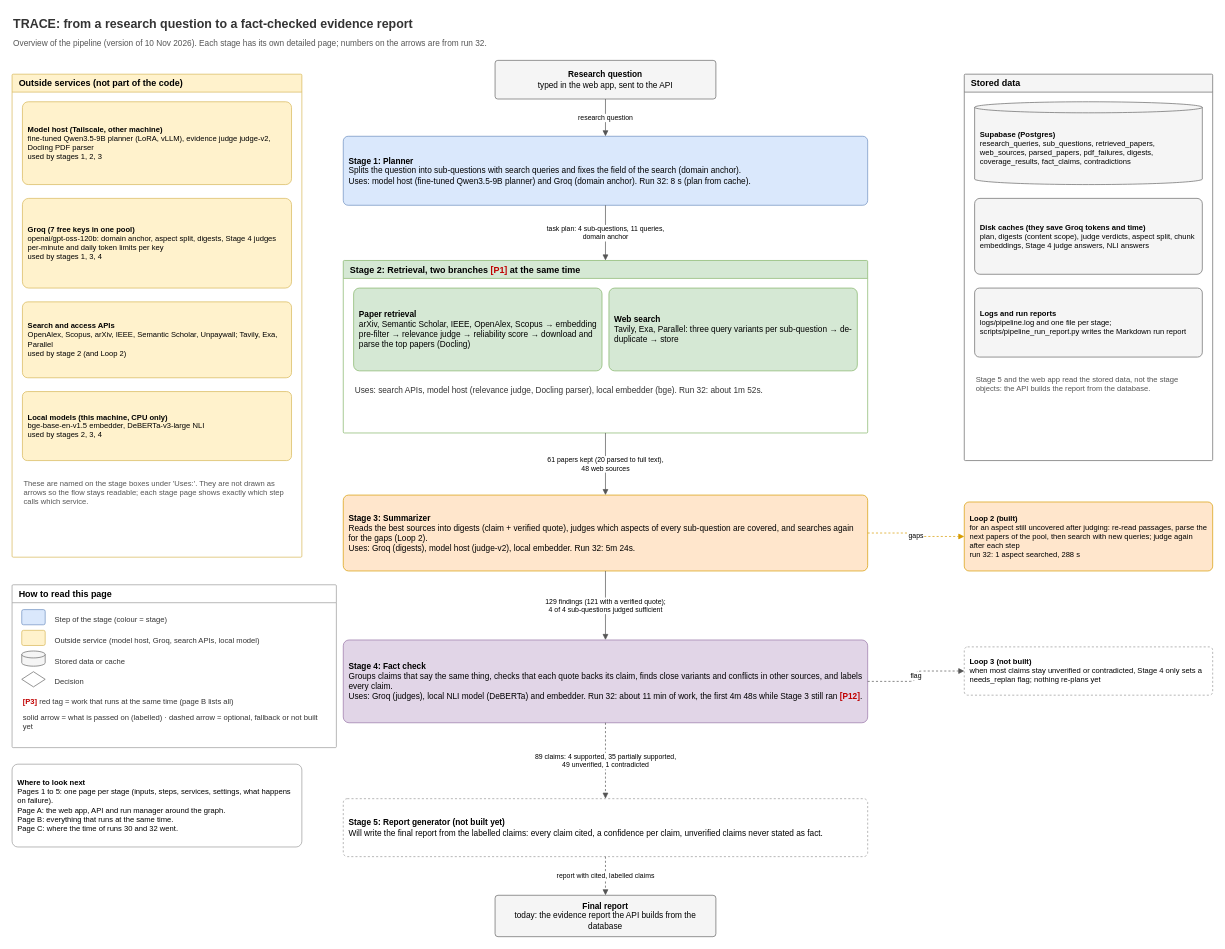
Before: page "0 Overview" (1 of 9) of docs/architecture/trace-architecture.drawio in minorproject1research-coder/TRACE, a draw.io diagram. Source tidied: cells renumbered, new cells numbered last; positions are measured from the earlier drawing's top-left corner, leaving out a move shared by most shapes. Both pictures are drawn from the tidied source at 69%, with x=0, y=0 at pixel (12, 12).
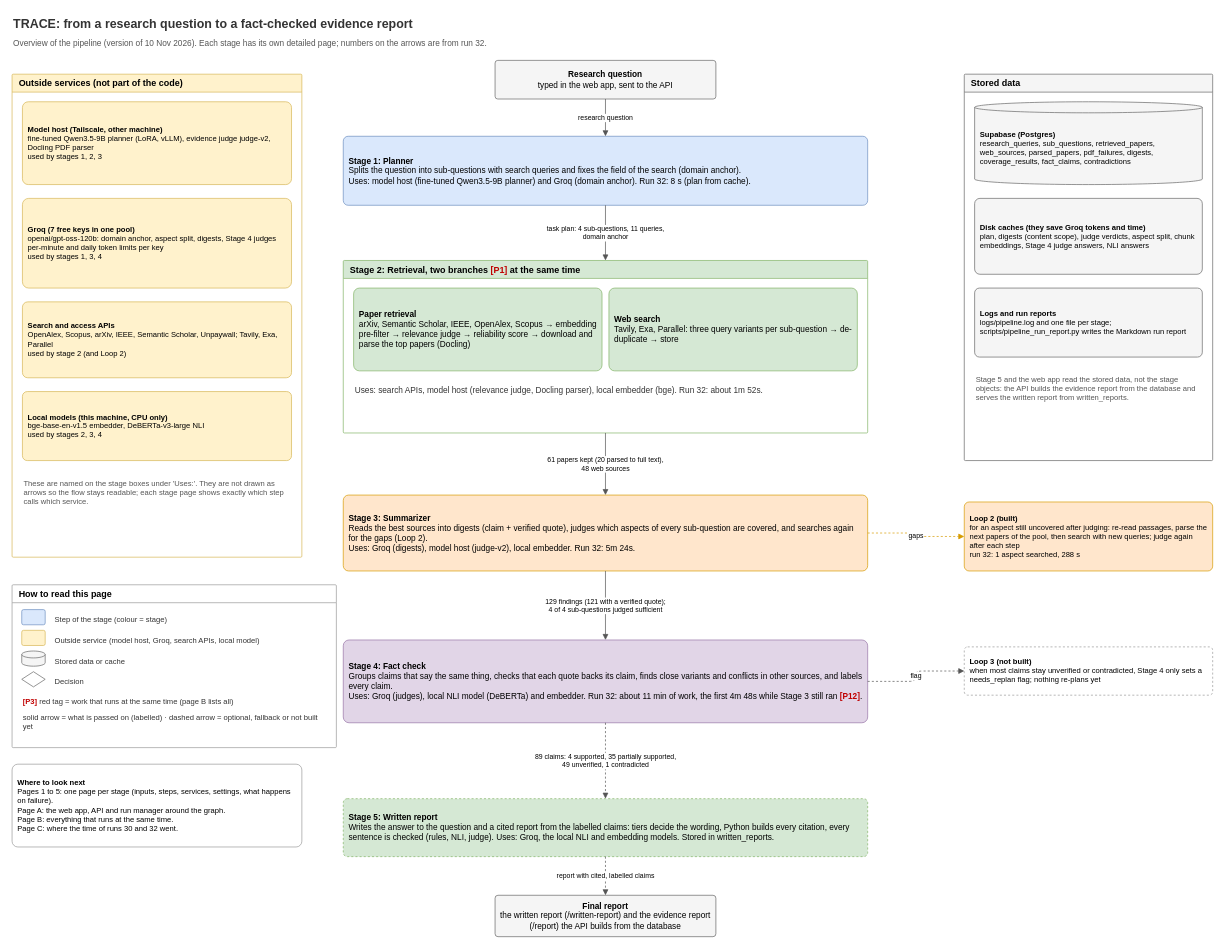
After the change.

Commit message (it also covers changes not shown here):
Architecture diagram: Stage 5 page built (was planned), overview and system pages updated

The change refers to these unchanged cells:
```xml
<mxCell id="30" value="Stored data" style="swimlane;startSize=26;html=1;rounded=1;arcSize=2;fontStyle=1;fontSize=13;fillColor=#f5f5f5;strokeColor=#666666;swimlaneFillColor=#ffffff;align=left;spacingLeft=8;whiteSpace=wrap;" parent="1" vertex="1">
  <mxGeometry x="1380" y="90" width="360" height="560" as="geometry" />
</mxCell>
```

Diff of the diagram source:
```diff
@@
-    <mxCell id="12" value="&lt;b&gt;Stage 5: Report generator (not built yet)&lt;/b&gt;&lt;br&gt;Will write the final report from the labelled claims: every claim cited, a confidence per claim, unverified claims never stated as fact." style="rounded=1;arcSize=7;whiteSpace=wrap;html=1;fontSize=12;fillColor=#ffffff;strokeColor=#999999;align=left;verticalAlign=middle;spacingLeft=6;spacingRight=6;dashed=1;" parent="1" vertex="1">
+    <mxCell id="12" value="&lt;b&gt;Stage 5: Written report&lt;/b&gt;&lt;br&gt;Writes the answer to the question and a cited report from the labelled claims: tiers decide the wording, Python builds every citation, every sentence is checked (rules, NLI, judge). Uses: Groq, the local NLI and embedding models. Stored in written_reports." style="rounded=1;arcSize=7;whiteSpace=wrap;html=1;fontSize=12;fillColor=#d5e8d4;strokeColor=#82b366;align=left;verticalAlign=middle;spacingLeft=6;spacingRight=6;dashed=1;" parent="1" vertex="1">
       <mxGeometry x="480" y="1140" width="760" height="84" as="geometry" />
     </mxCell>
-    <mxCell id="13" value="&lt;b&gt;Final report&lt;/b&gt;&lt;br&gt;today: the evidence report the API builds from the database" style="rounded=1;arcSize=7;whiteSpace=wrap;html=1;fontSize=12;fillColor=#f5f5f5;strokeColor=#666666;align=center;verticalAlign=middle;spacingLeft=6;spacingRight=6;" parent="1" vertex="1">
+    <mxCell id="13" value="&lt;b&gt;Final report&lt;/b&gt;&lt;br&gt;the written report (/written-report) and the evidence report (/report) the API builds from the database" style="rounded=1;arcSize=7;whiteSpace=wrap;html=1;fontSize=12;fillColor=#f5f5f5;strokeColor=#666666;align=center;verticalAlign=middle;spacingLeft=6;spacingRight=6;" parent="1" vertex="1">
       <mxGeometry x="700" y="1280" width="320" height="60" as="geometry" />
     </mxCell>
@@
-    <mxCell id="34" value="Stage 5 and the web app read the stored data, not the stage objects: the API builds the report from the database." style="text;html=1;whiteSpace=wrap;fontSize=11;align=left;verticalAlign=top;fontColor=#555555;" parent="30" vertex="1">
+    <mxCell id="34" value="Stage 5 and the web app read the stored data, not the stage objects: the API builds the evidence report from the database and serves the written report from written_reports." style="text;html=1;whiteSpace=wrap;fontSize=11;align=left;verticalAlign=top;fontColor=#555555;" parent="30" vertex="1">
       <mxGeometry x="15" y="430" width="330" height="110" as="geometry" />
     </mxCell>
```
